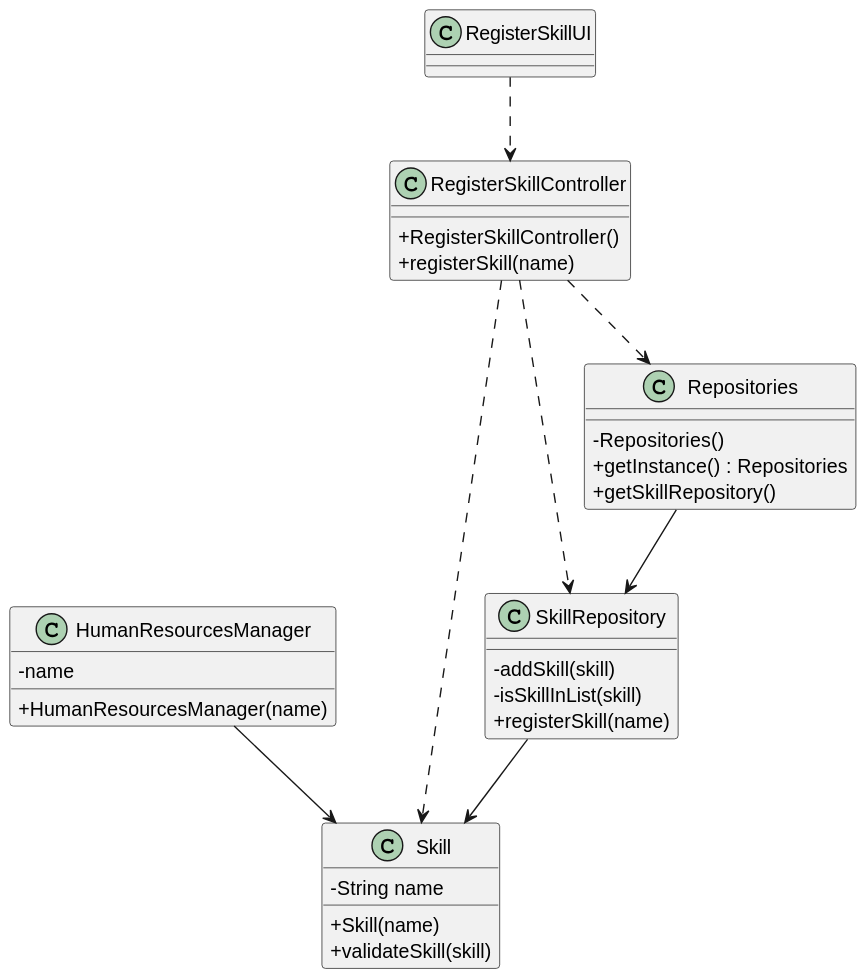
daniel41silva05/ISEP_2023_2024_LAPR2 keeps this PlantUML diagram as docs/sprintA&B/us001/03.design/svg/us001-class-diagram.svg. Above is the earlier version.
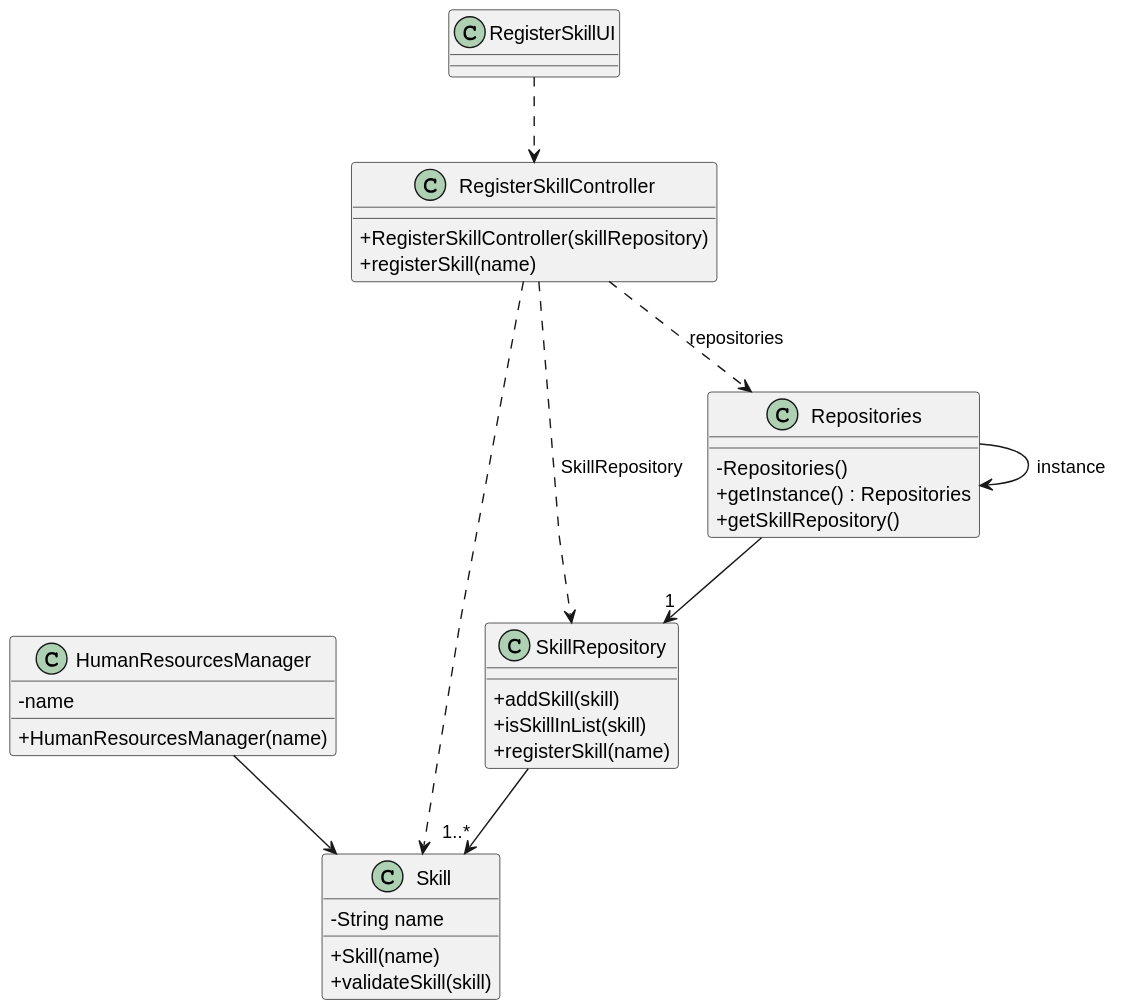
After the commit.

What changed in the source:
```diff
@@ -19,8 +19,8 @@
 }
 
 class SkillRepository {
-    - addSkill(skill)
-    - isSkillInList(skill)
+    + addSkill(skill)
+    + isSkillInList(skill)
     + registerSkill(name)
 }
 
@@ -31,7 +31,7 @@
 }
 
 class RegisterSkillController {
-    + RegisterSkillController()
+    + RegisterSkillController(skillRepository)
     + registerSkill(name)
 }
 
@@ -39,10 +39,11 @@
 }
 
 RegisterSkillUI ..> RegisterSkillController
-RegisterSkillController ..> Repositories
-RegisterSkillController ..> SkillRepository
+RegisterSkillController ..> Repositories : repositories
+Repositories --> Repositories: instance
+RegisterSkillController ..> SkillRepository : SkillRepository
 RegisterSkillController ..> Skill
-Repositories --> SkillRepository
+Repositories --> "1" SkillRepository
 HumanResourcesManager --> Skill
-SkillRepository --> Skill
+SkillRepository --> "1..*" Skill
 @enduml
```
